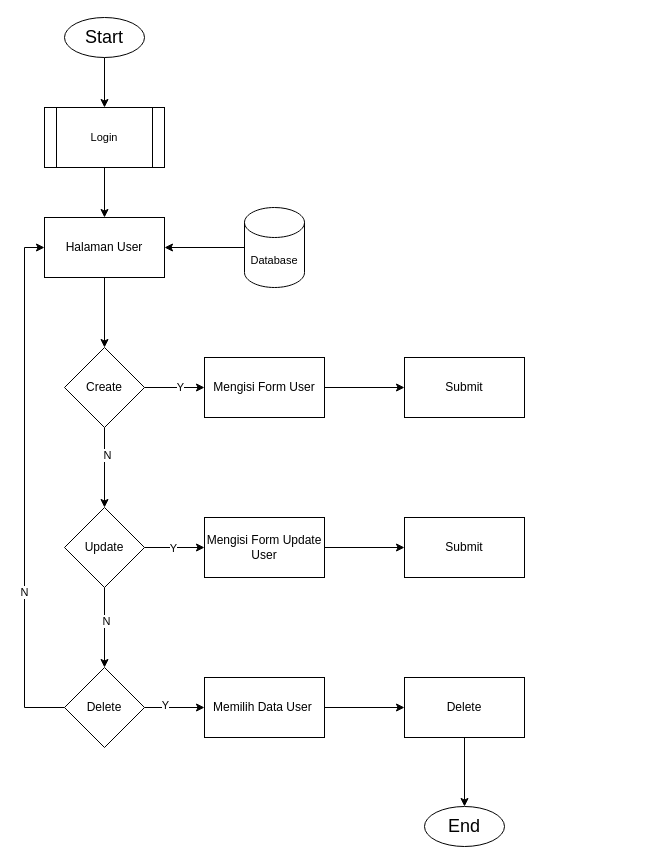
Above: page "Mengelolah Data Users" (9 of 24) of Sistem Informasi Perpustakaan Terpadu/Diagram Tanpa Judul.drawio in umarshd/dfd-skripsi (draw.io), before the change. Source tidied: cells renumbered, new cells numbered last; positions are measured from the earlier drawing's top-left corner, leaving out a move shared by most shapes. Both pictures are drawn from the tidied source at 100%, with x=0, y=0 at pixel (24, 17).
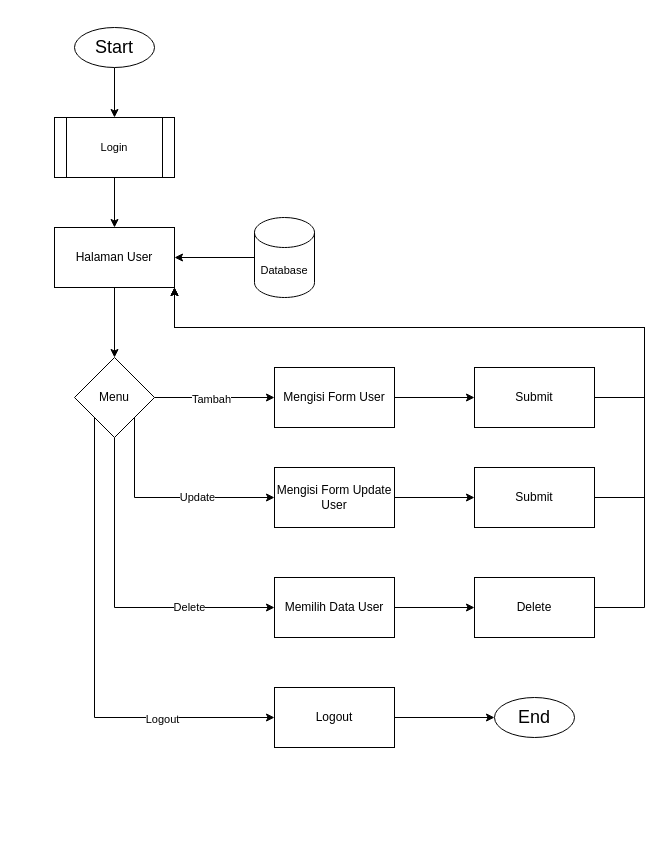
The same page after the edit.

The edit, as a diff of the source:
```diff
@@
     <mxCell id="3" value="&lt;font style=&quot;font-size: 18px;&quot;&gt;Start&lt;/font&gt;" style="ellipse;whiteSpace=wrap;html=1;" parent="1" vertex="1">
-      <mxGeometry x="40" width="80" height="40" as="geometry" />
+      <mxGeometry x="50" y="10" width="80" height="40" as="geometry" />
     </mxCell>
-    <mxCell id="4" style="edgeStyle=orthogonalEdgeStyle;shape=connector;rounded=0;jettySize=auto;html=1;labelBackgroundColor=default;strokeColor=default;fontFamily=Helvetica;fontSize=11;fontColor=default;endArrow=classic;endFill=1;" parent="1" edge="1" source="5" target="13">
-      <mxGeometry relative="1" as="geometry" />
-    </mxCell>
+    <mxCell id="36" style="edgeStyle=orthogonalEdgeStyle;shape=connector;rounded=0;jettySize=auto;html=1;labelBackgroundColor=default;strokeColor=default;fontFamily=Helvetica;fontSize=11;fontColor=default;endArrow=classic;endFill=1;" parent="1" edge="1" source="5" target="43">
+      <mxGeometry relative="1" as="geometry" />
+    </mxCell>
     <mxCell id="5" value="Halaman User" style="whiteSpace=wrap;html=1;" parent="1" vertex="1">
-      <mxGeometry x="20" y="200" width="120" height="60" as="geometry" />
+      <mxGeometry x="30" y="210" width="120" height="60" as="geometry" />
     </mxCell>
     <mxCell id="6" value="&lt;font style=&quot;font-size: 18px;&quot;&gt;End&lt;/font&gt;" style="ellipse;whiteSpace=wrap;html=1;" parent="1" vertex="1">
-      <mxGeometry x="400" y="789" width="80" height="40" as="geometry" />
+      <mxGeometry x="470" y="680" width="80" height="40" as="geometry" />
     </mxCell>
@@
     <mxCell id="8" value="Login" style="shape=process;whiteSpace=wrap;html=1;backgroundOutline=1;fontFamily=Helvetica;fontSize=11;fontColor=default;" parent="1" vertex="1">
-      <mxGeometry x="20" y="90" width="120" height="60" as="geometry" />
+      <mxGeometry x="30" y="100" width="120" height="60" as="geometry" />
     </mxCell>
-    <mxCell id="9" style="edgeStyle=orthogonalEdgeStyle;shape=connector;rounded=0;jettySize=auto;html=1;labelBackgroundColor=default;strokeColor=default;fontFamily=Helvetica;fontSize=11;fontColor=default;endArrow=classic;endFill=1;" parent="1" edge="1" source="13" target="15">
-      <mxGeometry relative="1" as="geometry" />
-    </mxCell>
-    <mxCell id="10" value="Y" style="edgeLabel;html=1;align=center;verticalAlign=middle;fontSize=11;fontFamily=Helvetica;fontColor=default;" parent="9" vertex="1">
-      <mxGeometry x="0.15" y="1" relative="1" as="geometry" />
-    </mxCell>
-    <mxCell id="11" style="edgeStyle=orthogonalEdgeStyle;shape=connector;rounded=0;jettySize=auto;html=1;labelBackgroundColor=default;strokeColor=default;fontFamily=Helvetica;fontSize=11;fontColor=default;endArrow=classic;endFill=1;" parent="1" edge="1" source="13" target="21">
-      <mxGeometry relative="1" as="geometry" />
-    </mxCell>
-    <mxCell id="12" value="N" style="edgeLabel;html=1;align=center;verticalAlign=middle;fontSize=11;fontFamily=Helvetica;fontColor=default;" parent="11" vertex="1">
-      <mxGeometry x="-0.32" y="2" relative="1" as="geometry" />
-    </mxCell>
-    <mxCell id="13" value="Create" style="rhombus;whiteSpace=wrap;html=1;" parent="1" vertex="1">
-      <mxGeometry x="40" y="330" width="80" height="80" as="geometry" />
-    </mxCell>
-    <mxCell id="14" style="edgeStyle=orthogonalEdgeStyle;shape=connector;rounded=0;jettySize=auto;html=1;labelBackgroundColor=default;strokeColor=default;fontFamily=Helvetica;fontSize=11;fontColor=default;endArrow=classic;endFill=1;" parent="1" edge="1" source="15" target="16">
-      <mxGeometry relative="1" as="geometry" />
-    </mxCell>
+    <mxCell id="37" style="edgeStyle=orthogonalEdgeStyle;shape=connector;rounded=0;jettySize=auto;html=1;labelBackgroundColor=default;strokeColor=default;fontFamily=Helvetica;fontSize=11;fontColor=default;endArrow=classic;endFill=1;" parent="1" edge="1" source="43" target="15">
+      <mxGeometry relative="1" as="geometry" />
+    </mxCell>
+    <mxCell id="38" value="Tambah" style="edgeLabel;html=1;align=center;verticalAlign=middle;fontSize=11;fontFamily=Helvetica;fontColor=default;" parent="37" vertex="1">
+      <mxGeometry x="-0.06" y="-1" relative="1" as="geometry" />
+    </mxCell>
+    <mxCell id="39" style="edgeStyle=orthogonalEdgeStyle;shape=connector;rounded=0;jettySize=auto;html=1;exitX=1;exitY=1;exitDx=0;exitDy=0;entryX=0;entryY=0.5;entryDx=0;entryDy=0;labelBackgroundColor=default;strokeColor=default;fontFamily=Helvetica;fontSize=11;fontColor=default;endArrow=classic;endFill=1;" parent="1" edge="1" source="43" target="23">
+      <mxGeometry relative="1" as="geometry">
+        <Array as="points">
+          <mxPoint x="110" y="480" />
+        </Array>
+      </mxGeometry>
+    </mxCell>
+    <mxCell id="21" value="Update" style="edgeLabel;html=1;align=center;verticalAlign=middle;points=[];fontSize=11;fontFamily=Helvetica;fontColor=default;" parent="39" vertex="1">
+      <mxGeometry x="0.29" y="1" relative="1" as="geometry" />
+    </mxCell>
+    <mxCell id="40" style="edgeStyle=orthogonalEdgeStyle;shape=connector;rounded=0;jettySize=auto;html=1;entryX=0;entryY=0.5;entryDx=0;entryDy=0;labelBackgroundColor=default;strokeColor=default;fontFamily=Helvetica;fontSize=11;fontColor=default;endArrow=classic;endFill=1;" parent="1" edge="1" source="43" target="31">
+      <mxGeometry relative="1" as="geometry">
+        <Array as="points">
+          <mxPoint x="90" y="590" />
+        </Array>
+      </mxGeometry>
+    </mxCell>
+    <mxCell id="29" value="Delete" style="edgeLabel;html=1;align=center;verticalAlign=middle;points=[];fontSize=11;fontFamily=Helvetica;fontColor=default;" parent="40" vertex="1">
+      <mxGeometry x="0.48" y="1" relative="1" as="geometry" />
+    </mxCell>
+    <mxCell id="41" style="edgeStyle=orthogonalEdgeStyle;shape=connector;rounded=0;jettySize=auto;html=1;exitX=0;exitY=1;exitDx=0;exitDy=0;labelBackgroundColor=default;strokeColor=default;fontFamily=Helvetica;fontSize=11;fontColor=default;endArrow=classic;endFill=1;entryX=0;entryY=0.5;entryDx=0;entryDy=0;" parent="1" edge="1" source="43" target="52">
+      <mxGeometry relative="1" as="geometry">
+        <Array as="points">
+          <mxPoint x="70" y="700" />
+        </Array>
+      </mxGeometry>
+    </mxCell>
+    <mxCell id="42" value="Logout" style="edgeLabel;html=1;align=center;verticalAlign=middle;fontSize=11;fontFamily=Helvetica;fontColor=default;" parent="41" vertex="1">
+      <mxGeometry x="0.53" y="-1" relative="1" as="geometry" />
+    </mxCell>
+    <mxCell id="43" value="Menu" style="rhombus;whiteSpace=wrap;html=1;" parent="1" vertex="1">
+      <mxGeometry x="50" y="340" width="80" height="80" as="geometry" />
+    </mxCell>
+    <mxCell id="44" style="edgeStyle=orthogonalEdgeStyle;shape=connector;rounded=0;jettySize=auto;html=1;labelBackgroundColor=default;strokeColor=default;fontFamily=Helvetica;fontSize=11;fontColor=default;endArrow=classic;endFill=1;" parent="1" edge="1" source="15" target="46">
+      <mxGeometry relative="1" as="geometry" />
+    </mxCell>
     <mxCell id="15" value="Mengisi Form User" style="whiteSpace=wrap;html=1;" parent="1" vertex="1">
-      <mxGeometry x="180" y="340" width="120" height="60" as="geometry" />
+      <mxGeometry x="250" y="350" width="120" height="60" as="geometry" />
     </mxCell>
-    <mxCell id="16" value="Submit" style="whiteSpace=wrap;html=1;" parent="1" vertex="1">
-      <mxGeometry x="380" y="340" width="120" height="60" as="geometry" />
-    </mxCell>
-    <mxCell id="17" style="edgeStyle=orthogonalEdgeStyle;shape=connector;rounded=0;jettySize=auto;html=1;labelBackgroundColor=default;strokeColor=default;fontFamily=Helvetica;fontSize=11;fontColor=default;endArrow=classic;endFill=1;" parent="1" edge="1" source="21" target="23">
-      <mxGeometry relative="1" as="geometry" />
-    </mxCell>
-    <mxCell id="18" value="Y" style="edgeLabel;html=1;align=center;verticalAlign=middle;fontSize=11;fontFamily=Helvetica;fontColor=default;" parent="17" vertex="1">
-      <mxGeometry x="-0.08" relative="1" as="geometry" />
-    </mxCell>
-    <mxCell id="19" style="edgeStyle=orthogonalEdgeStyle;shape=connector;rounded=0;jettySize=auto;html=1;labelBackgroundColor=default;strokeColor=default;fontFamily=Helvetica;fontSize=11;fontColor=default;endArrow=classic;endFill=1;" parent="1" edge="1" source="21" target="29">
-      <mxGeometry relative="1" as="geometry" />
-    </mxCell>
-    <mxCell id="20" value="N" style="edgeLabel;html=1;align=center;verticalAlign=middle;fontSize=11;fontFamily=Helvetica;fontColor=default;" parent="19" vertex="1">
-      <mxGeometry x="-0.18" y="1" relative="1" as="geometry" />
-    </mxCell>
-    <mxCell id="21" value="Update" style="rhombus;whiteSpace=wrap;html=1;" parent="1" vertex="1">
-      <mxGeometry x="40" y="490" width="80" height="80" as="geometry" />
-    </mxCell>
-    <mxCell id="22" style="edgeStyle=orthogonalEdgeStyle;shape=connector;rounded=0;jettySize=auto;html=1;labelBackgroundColor=default;strokeColor=default;fontFamily=Helvetica;fontSize=11;fontColor=default;endArrow=classic;endFill=1;" parent="1" edge="1" source="23" target="24">
-      <mxGeometry relative="1" as="geometry" />
-    </mxCell>
+    <mxCell id="34" style="edgeStyle=orthogonalEdgeStyle;shape=connector;rounded=0;jettySize=auto;html=1;entryX=1;entryY=0.5;entryDx=0;entryDy=0;labelBackgroundColor=default;strokeColor=default;fontFamily=Helvetica;fontSize=11;fontColor=default;endArrow=classic;endFill=1;" parent="1" edge="1" source="35" target="5">
+      <mxGeometry relative="1" as="geometry" />
+    </mxCell>
+    <mxCell id="35" value="Database" style="shape=cylinder3;whiteSpace=wrap;html=1;boundedLbl=1;backgroundOutline=1;size=15;fontFamily=Helvetica;fontSize=11;fontColor=default;" parent="1" vertex="1">
+      <mxGeometry x="230" y="200" width="60" height="80" as="geometry" />
+    </mxCell>
+    <mxCell id="45" style="edgeStyle=orthogonalEdgeStyle;shape=connector;rounded=0;jettySize=auto;html=1;labelBackgroundColor=default;strokeColor=default;fontFamily=Helvetica;fontSize=11;fontColor=default;endArrow=classic;endFill=1;entryX=1;entryY=1;entryDx=0;entryDy=0;" parent="1" edge="1" source="46" target="5">
+      <mxGeometry relative="1" as="geometry">
+        <Array as="points">
+          <mxPoint x="620" y="380" />
+          <mxPoint x="620" y="310" />
+          <mxPoint x="150" y="310" />
+        </Array>
+      </mxGeometry>
+    </mxCell>
+    <mxCell id="46" value="Submit" style="whiteSpace=wrap;html=1;" parent="1" vertex="1">
+      <mxGeometry x="450" y="350" width="120" height="60" as="geometry" />
+    </mxCell>
+    <mxCell id="47" style="edgeStyle=orthogonalEdgeStyle;shape=connector;rounded=0;jettySize=auto;html=1;labelBackgroundColor=default;strokeColor=default;fontFamily=Helvetica;fontSize=11;fontColor=default;endArrow=classic;endFill=1;" parent="1" edge="1" source="23" target="49">
+      <mxGeometry relative="1" as="geometry" />
+    </mxCell>
     <mxCell id="23" value="Mengisi Form Update User" style="whiteSpace=wrap;html=1;" parent="1" vertex="1">
-      <mxGeometry x="180" y="500" width="120" height="60" as="geometry" />
+      <mxGeometry x="250" y="450" width="120" height="60" as="geometry" />
     </mxCell>
-    <mxCell id="24" value="Submit" style="whiteSpace=wrap;html=1;" parent="1" vertex="1">
-      <mxGeometry x="380" y="500" width="120" height="60" as="geometry" />
-    </mxCell>
-    <mxCell id="25" style="edgeStyle=orthogonalEdgeStyle;shape=connector;rounded=0;jettySize=auto;html=1;entryX=0;entryY=0.5;entryDx=0;entryDy=0;labelBackgroundColor=default;strokeColor=default;fontFamily=Helvetica;fontSize=11;fontColor=default;endArrow=classic;endFill=1;" parent="1" edge="1" source="29" target="5">
-      <mxGeometry relative="1" as="geometry">
-        <Array as="points">
-          <mxPoint y="690" />
-          <mxPoint y="230" />
-        </Array>
-      </mxGeometry>
-    </mxCell>
-    <mxCell id="26" value="N" style="edgeLabel;html=1;align=center;verticalAlign=middle;fontSize=11;fontFamily=Helvetica;fontColor=default;" parent="25" vertex="1">
-      <mxGeometry x="-0.4" y="1" relative="1" as="geometry" />
-    </mxCell>
-    <mxCell id="27" style="edgeStyle=orthogonalEdgeStyle;shape=connector;rounded=0;jettySize=auto;html=1;labelBackgroundColor=default;strokeColor=default;fontFamily=Helvetica;fontSize=11;fontColor=default;endArrow=classic;endFill=1;" parent="1" edge="1" source="29" target="31">
-      <mxGeometry relative="1" as="geometry" />
-    </mxCell>
-    <mxCell id="28" value="Y" style="edgeLabel;html=1;align=center;verticalAlign=middle;fontSize=11;fontFamily=Helvetica;fontColor=default;" parent="27" vertex="1">
-      <mxGeometry x="-0.32" y="3" relative="1" as="geometry" />
-    </mxCell>
-    <mxCell id="29" value="Delete" style="rhombus;whiteSpace=wrap;html=1;" parent="1" vertex="1">
-      <mxGeometry x="40" y="650" width="80" height="80" as="geometry" />
-    </mxCell>
+    <mxCell id="48" style="edgeStyle=orthogonalEdgeStyle;shape=connector;rounded=0;jettySize=auto;html=1;entryX=1;entryY=1;entryDx=0;entryDy=0;labelBackgroundColor=default;strokeColor=default;fontFamily=Helvetica;fontSize=11;fontColor=default;endArrow=classic;endFill=1;" parent="1" edge="1" source="49" target="5">
+      <mxGeometry relative="1" as="geometry">
+        <Array as="points">
+          <mxPoint x="620" y="480" />
+          <mxPoint x="620" y="310" />
+          <mxPoint x="150" y="310" />
+        </Array>
+      </mxGeometry>
+    </mxCell>
+    <mxCell id="49" value="Submit" style="whiteSpace=wrap;html=1;" parent="1" vertex="1">
+      <mxGeometry x="450" y="450" width="120" height="60" as="geometry" />
+    </mxCell>
@@
-    <mxCell id="31" value="Memilih Data User&amp;nbsp;" style="whiteSpace=wrap;html=1;" parent="1" vertex="1">
-      <mxGeometry x="180" y="660" width="120" height="60" as="geometry" />
+    <mxCell id="31" value="Memilih Data User" style="whiteSpace=wrap;html=1;" parent="1" vertex="1">
+      <mxGeometry x="250" y="560" width="120" height="60" as="geometry" />
     </mxCell>
-    <mxCell id="32" style="edgeStyle=orthogonalEdgeStyle;shape=connector;rounded=0;jettySize=auto;html=1;labelBackgroundColor=default;strokeColor=default;fontFamily=Helvetica;fontSize=11;fontColor=default;endArrow=classic;endFill=1;" parent="1" edge="1" source="33" target="6">
-      <mxGeometry relative="1" as="geometry" />
-    </mxCell>
+    <mxCell id="50" style="edgeStyle=orthogonalEdgeStyle;shape=connector;rounded=0;jettySize=auto;html=1;labelBackgroundColor=default;strokeColor=default;fontFamily=Helvetica;fontSize=11;fontColor=default;endArrow=classic;endFill=1;entryX=1;entryY=1;entryDx=0;entryDy=0;" parent="1" edge="1" source="33" target="5">
+      <mxGeometry relative="1" as="geometry">
+        <Array as="points">
+          <mxPoint x="620" y="590" />
+          <mxPoint x="620" y="310" />
+          <mxPoint x="150" y="310" />
+        </Array>
+      </mxGeometry>
+    </mxCell>
     <mxCell id="33" value="Delete" style="whiteSpace=wrap;html=1;" parent="1" vertex="1">
-      <mxGeometry x="380" y="660" width="120" height="60" as="geometry" />
+      <mxGeometry x="450" y="560" width="120" height="60" as="geometry" />
     </mxCell>
-    <mxCell id="34" style="edgeStyle=orthogonalEdgeStyle;shape=connector;rounded=0;jettySize=auto;html=1;exitX=0;exitY=0.5;exitDx=0;exitDy=0;exitPerimeter=0;labelBackgroundColor=default;strokeColor=default;fontFamily=Helvetica;fontSize=11;fontColor=default;endArrow=classic;endFill=1;" parent="1" edge="1" source="35" target="5">
-      <mxGeometry relative="1" as="geometry" />
-    </mxCell>
-    <mxCell id="35" value="Database" style="shape=cylinder3;whiteSpace=wrap;html=1;boundedLbl=1;backgroundOutline=1;size=15;fontFamily=Helvetica;fontSize=11;fontColor=default;" parent="1" vertex="1">
-      <mxGeometry x="220" y="190" width="60" height="80" as="geometry" />
-    </mxCell>
+    <mxCell id="51" style="edgeStyle=orthogonalEdgeStyle;shape=connector;rounded=0;jettySize=auto;html=1;labelBackgroundColor=default;strokeColor=default;fontFamily=Helvetica;fontSize=11;fontColor=default;endArrow=classic;endFill=1;" parent="1" edge="1" source="52" target="6">
+      <mxGeometry relative="1" as="geometry" />
+    </mxCell>
+    <mxCell id="52" value="Logout" style="whiteSpace=wrap;html=1;" parent="1" vertex="1">
+      <mxGeometry x="250" y="670" width="120" height="60" as="geometry" />
+    </mxCell>
```
